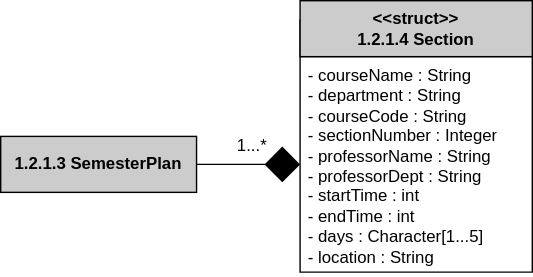
MckennahPalmer/CSE430 keeps this draw.io diagram as Logic/TeamTwoFiles/1.2.1.4SectionClassDiagram.svg. Above is the earlier version. Source tidied: cells renumbered, new cells last; positions are measured from the earlier drawing's top-left corner, leaving out a move shared by most shapes.
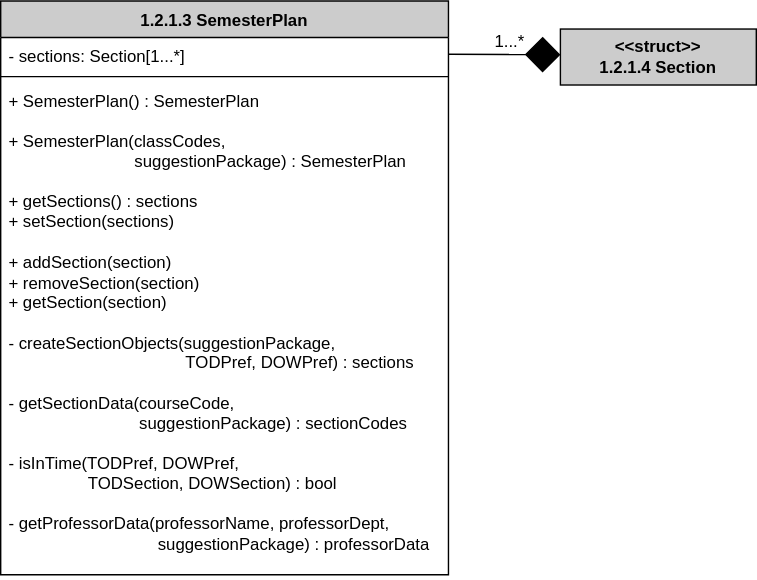
After the commit.

The edit, as a diff of the source:
```diff
@@ -2,23 +2,28 @@
   <root>
     <mxCell id="0" />
     <mxCell id="1" parent="0" />
-    <mxCell id="2" value="&lt;b&gt;1.2.1.3 SemesterPlan&lt;/b&gt;" style="rounded=0;whiteSpace=wrap;html=1;fillColor=#CCCCCC;" parent="1" vertex="1">
-      <mxGeometry y="97" width="140" height="40" as="geometry" />
+    <mxCell id="2" value="1.2.1.3 SemesterPlan" style="swimlane;fontStyle=1;align=center;verticalAlign=top;horizontal=1;startSize=26;whiteSpace=wrap;html=1;fillColor=#CCCCCC;" parent="1" vertex="1">
+      <mxGeometry x="50" y="-396" width="320" height="410" as="geometry" />
     </mxCell>
-    <mxCell id="3" style="endArrow=diamond;html=1;rounded=0;endFill=1;endSize=23;exitX=1;exitY=0.5;exitDx=0;exitDy=0;entryX=0;entryY=0.5;entryDx=0;entryDy=0;" parent="1" edge="1" source="2" target="6">
-      <mxGeometry relative="1" as="geometry" />
-    </mxCell>
+    <mxCell id="8" value="- sections: Section[1...*]" style="text;strokeColor=none;fillColor=none;align=left;verticalAlign=top;spacingLeft=4;spacingRight=4;overflow=hidden;points=[[0,0.5],[1,0.5]];portConstraint=eastwest;whiteSpace=wrap;html=1;" parent="2" vertex="1">
+      <mxGeometry y="26" width="320" height="24" as="geometry" />
+    </mxCell>
+    <mxCell id="9" style="line;strokeWidth=1;fillColor=none;align=left;verticalAlign=middle;spacingTop=-1;spacingLeft=3;spacingRight=3;labelPosition=right;strokeColor=inherit;" parent="2" vertex="1">
+      <mxGeometry y="50" width="320" height="8" as="geometry" />
+    </mxCell>
+    <mxCell id="10" value="+ SemesterPlan() : SemesterPlan&lt;br&gt;&lt;br&gt;+ SemesterPlan(classCodes,&lt;br&gt;&lt;span style=&quot;white-space: pre;&quot;&gt;&#9;&lt;/span&gt;&lt;span style=&quot;white-space: pre;&quot;&gt;&#9;&lt;/span&gt;&lt;span style=&quot;white-space: pre;&quot;&gt;&#9;&lt;/span&gt;&amp;nbsp; &amp;nbsp;suggestionPackage) : SemesterPlan&lt;br&gt;&lt;br&gt;+ getSections() : sections&lt;br&gt;+ setSection(sections)&lt;br&gt;&lt;br&gt;+ addSection(section)&lt;br&gt;+ removeSection(section)&lt;br&gt;+ getSection(section)&lt;br&gt;&lt;br&gt;- createSectionObjects(suggestionPackage,&lt;br&gt;&amp;nbsp; &amp;nbsp; &amp;nbsp; &amp;nbsp; &amp;nbsp; &amp;nbsp; &amp;nbsp; &amp;nbsp; &amp;nbsp; &amp;nbsp; &amp;nbsp; &amp;nbsp; &amp;nbsp; &amp;nbsp; &amp;nbsp; &amp;nbsp; &amp;nbsp; &amp;nbsp; &amp;nbsp; TODPref, DOWPref) : sections&lt;br&gt;&lt;br&gt;- getSectionData(courseCode,&lt;br&gt;&amp;nbsp; &amp;nbsp; &amp;nbsp; &amp;nbsp; &amp;nbsp; &amp;nbsp; &amp;nbsp; &amp;nbsp; &amp;nbsp; &amp;nbsp; &amp;nbsp; &amp;nbsp; &amp;nbsp; &amp;nbsp; suggestionPackage) : sectionCodes&lt;br&gt;&lt;br&gt;- isInTime(TODPref, DOWPref,&lt;br&gt;&amp;nbsp; &amp;nbsp; &amp;nbsp; &amp;nbsp; &amp;nbsp; &amp;nbsp; &amp;nbsp; &amp;nbsp; &amp;nbsp;TODSection, DOWSection) : bool&lt;br&gt;&lt;br&gt;- getProfessorData(professorName, professorDept,&lt;br&gt;&amp;nbsp; &amp;nbsp; &amp;nbsp; &amp;nbsp; &amp;nbsp; &amp;nbsp; &amp;nbsp; &amp;nbsp; &amp;nbsp; &amp;nbsp; &amp;nbsp; &amp;nbsp; &amp;nbsp; &amp;nbsp; &amp;nbsp; &amp;nbsp; suggestionPackage) : professorData&lt;div&gt;&lt;br/&gt;&lt;/div&gt;" style="text;strokeColor=none;fillColor=none;align=left;verticalAlign=top;spacingLeft=4;spacingRight=4;overflow=hidden;whiteSpace=wrap;html=1;" parent="2" vertex="1">
+      <mxGeometry y="58" width="320" height="352" as="geometry" />
+    </mxCell>
+    <mxCell id="11" style="endArrow=diamond;html=1;rounded=0;endFill=1;endSize=23;exitX=1;exitY=0.5;exitDx=0;exitDy=0;entryX=0;entryY=0.08;entryDx=0;entryDy=0;entryPerimeter=0;" parent="1" edge="1" source="8">
+      <mxGeometry relative="1" as="geometry">
+        <mxPoint x="450" y="-357.7" as="targetPoint" />
+      </mxGeometry>
+    </mxCell>
     <mxCell id="4" value="1...*" style="text;html=1;align=center;verticalAlign=middle;whiteSpace=wrap;rounded=0;" parent="1" vertex="1">
-      <mxGeometry x="150" y="89" width="60" height="30" as="geometry" />
+      <mxGeometry x="384" y="-382" width="60" height="30" as="geometry" />
     </mxCell>
-    <mxCell id="5" value="Classname" style="swimlane;fontStyle=1;align=center;verticalAlign=top;horizontal=1;startSize=26;whiteSpace=wrap;html=1;fillColor=#CCCCCC;" parent="1" vertex="1">
-      <mxGeometry x="214" y="14" width="166" height="180" as="geometry" />
-    </mxCell>
-    <mxCell id="6" value="- courseName : String&lt;br style=&quot;border-color: var(--border-color);&quot;&gt;- department : String&lt;br style=&quot;border-color: var(--border-color);&quot;&gt;- courseCode : String&lt;br style=&quot;border-color: var(--border-color);&quot;&gt;- sectionNumber : Integer&lt;br style=&quot;border-color: var(--border-color);&quot;&gt;- professorName : String&lt;br style=&quot;border-color: var(--border-color);&quot;&gt;- professorDept : String&lt;br style=&quot;border-color: var(--border-color);&quot;&gt;- startTime : int&lt;br style=&quot;border-color: var(--border-color);&quot;&gt;- endTime : int&lt;br style=&quot;border-color: var(--border-color);&quot;&gt;- days : Character[1...5]&lt;br style=&quot;border-color: var(--border-color);&quot;&gt;- location : String" style="text;strokeColor=none;fillColor=none;align=left;verticalAlign=top;spacingLeft=4;spacingRight=4;overflow=hidden;points=[[0,0.5],[1,0.5]];portConstraint=eastwest;whiteSpace=wrap;html=1;" parent="5" vertex="1">
-      <mxGeometry y="26" width="166" height="154" as="geometry" />
-    </mxCell>
-    <mxCell id="7" value="&lt;b&gt;&amp;lt;&amp;lt;struct&amp;gt;&amp;gt;&lt;br style=&quot;border-color: var(--border-color);&quot;&gt;1.2.1.4 Section&lt;/b&gt;" style="rounded=0;whiteSpace=wrap;html=1;fillColor=#CCCCCC;" parent="1" vertex="1">
-      <mxGeometry x="214" width="166" height="40" as="geometry" />
+    <mxCell id="7" value="&lt;b&gt;&amp;lt;&amp;lt;struct&amp;gt;&amp;gt;&lt;br&gt;1.2.1.4 Section&lt;/b&gt;" style="rounded=0;whiteSpace=wrap;html=1;fillColor=#CCCCCC;" parent="1" vertex="1">
+      <mxGeometry x="450" y="-376" width="140" height="40" as="geometry" />
     </mxCell>
   </root>
 </mxGraphModel>
```
